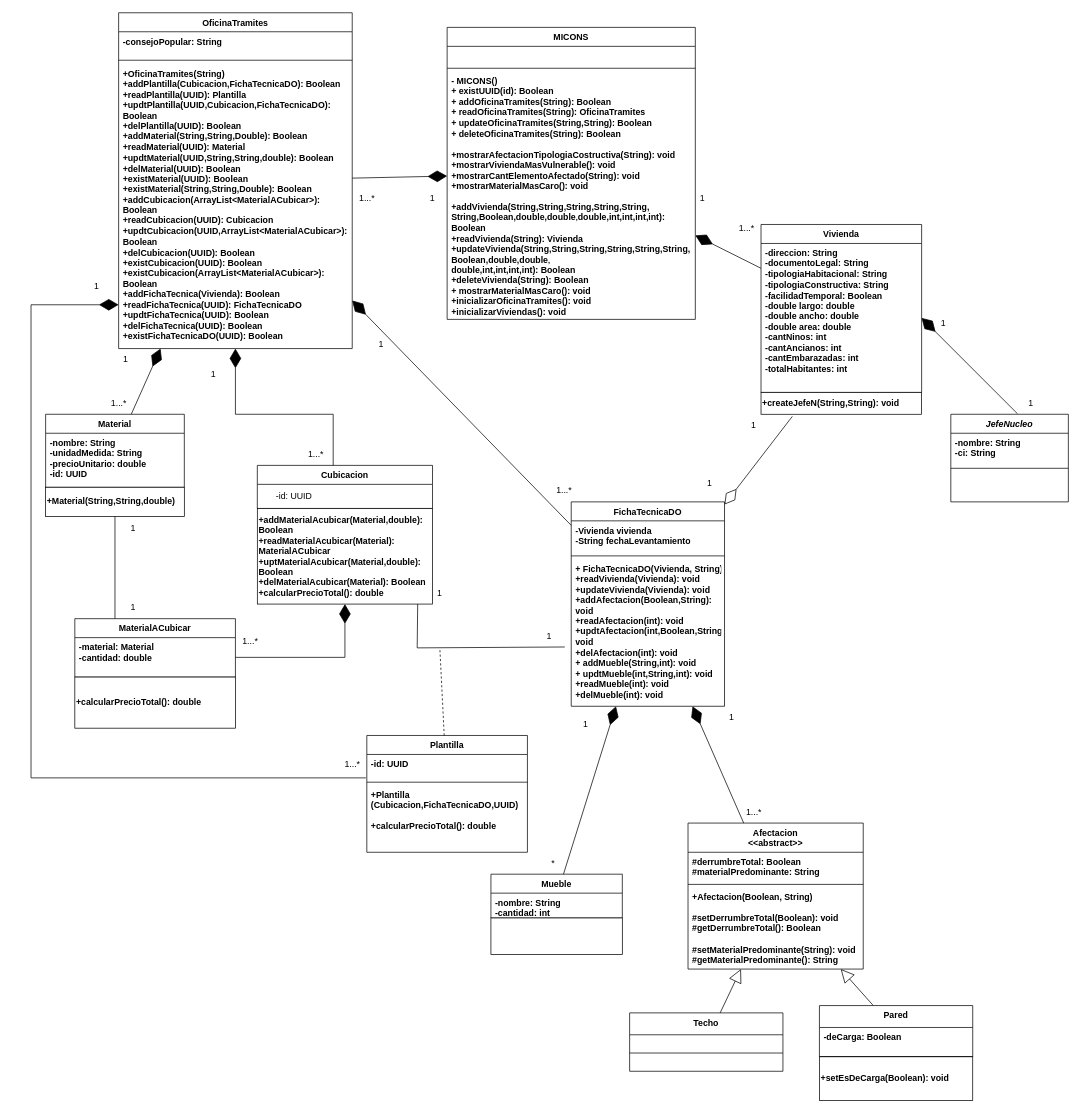
Above: MICONS.drawio in XsLuisY/Tarea-Final-DPOO (draw.io), before the change. Source tidied: cells renumbered, new cells numbered last; positions are measured from the earlier drawing's top-left corner, leaving out a move shared by most shapes. Both pictures are drawn from the tidied source at 73%, with x=0, y=0 at pixel (31, 12).
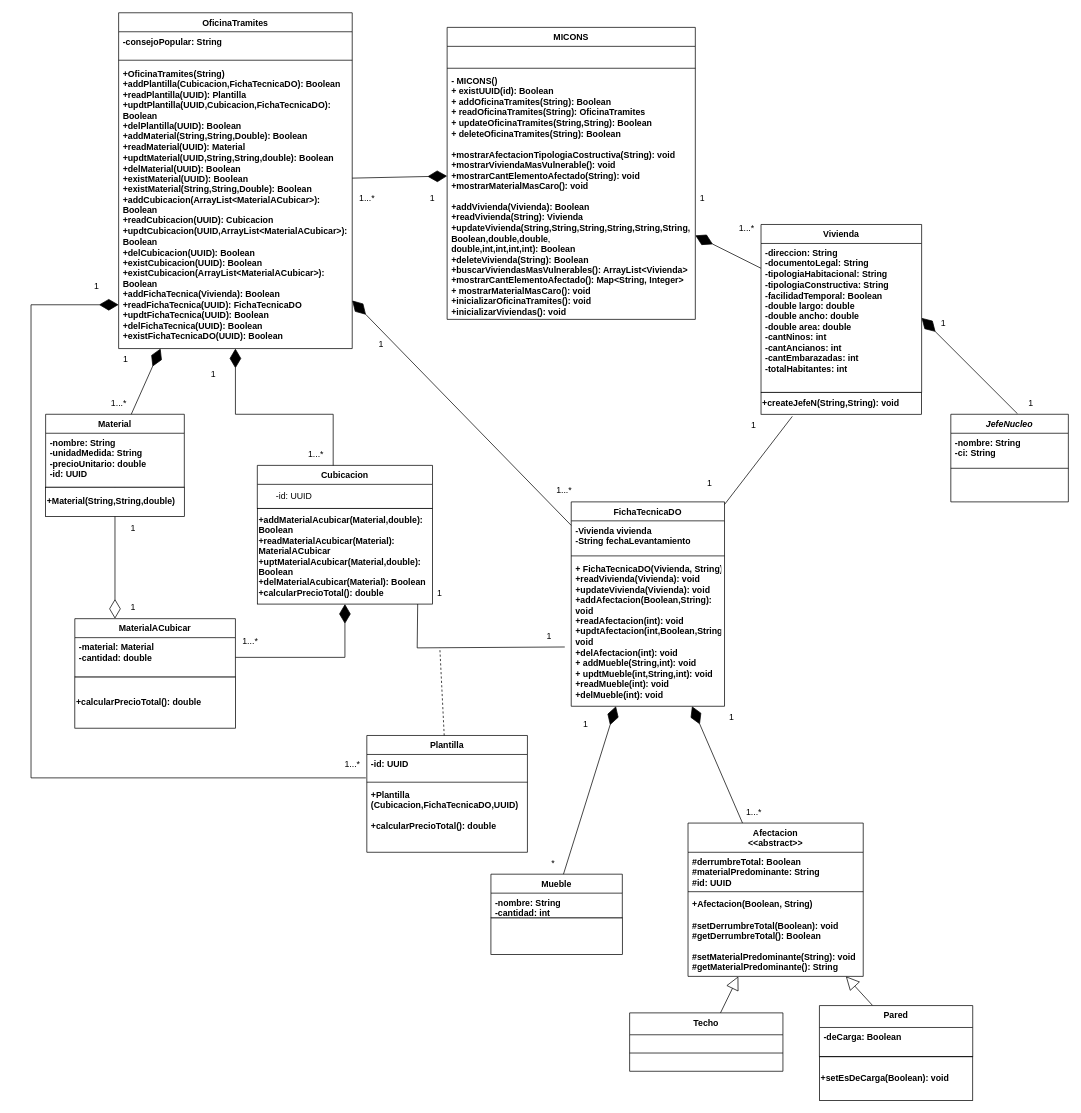
The same diagram, later.

Commit message (it also covers changes not shown here):
uml actualizado

The change refers to these unchanged cells:
```xml
<mxCell id="2" value="MICONS" style="swimlane;fontStyle=1;align=center;verticalAlign=top;horizontal=1;startSize=26;whiteSpace=wrap;html=1;" parent="1" vertex="1">
  <mxGeometry x="570" y="20" width="340" height="400" as="geometry" />
</mxCell>
<mxCell id="6" value="FichaTecnicaDO" style="swimlane;fontStyle=1;align=center;verticalAlign=top;horizontal=1;startSize=26;whiteSpace=wrap;html=1;" parent="1" vertex="1">
  <mxGeometry x="740" y="670" width="210" height="280" as="geometry" />
</mxCell>
<mxCell id="20" value="MaterialACubicar" style="swimlane;fontStyle=1;align=center;verticalAlign=top;horizontal=1;startSize=26;whiteSpace=wrap;html=1;" parent="1" vertex="1">
  <mxGeometry x="60" y="830" width="220" height="80" as="geometry" />
</mxCell>
<mxCell id="22" value="Material" style="swimlane;fontStyle=1;align=center;verticalAlign=top;horizontal=1;startSize=26;whiteSpace=wrap;html=1;" parent="1" vertex="1">
  <mxGeometry x="20" y="550" width="190" height="100" as="geometry" />
</mxCell>
<mxCell id="53" value="&lt;b&gt;+createJefeN(String,String): void&lt;/b&gt;" style="rounded=0;whiteSpace=wrap;html=1;align=left;" parent="1" vertex="1">
  <mxGeometry x="1000" y="520" width="220" height="30" as="geometry" />
</mxCell>
```

Change to the diagram source:
```diff
@@
-    <mxCell id="5" value="&lt;div&gt;&lt;b&gt;- MICONS()&lt;/b&gt;&lt;/div&gt;&lt;div&gt;&lt;b&gt;+ existUUID(id): Boolean&lt;/b&gt;&lt;/div&gt;&lt;div&gt;&lt;b&gt;+ addOficinaTramites(String): Boolean&lt;/b&gt;&lt;/div&gt;&lt;b&gt;+ readOficinaTramites(String): OficinaTramites&lt;/b&gt;&lt;div&gt;&lt;b&gt;+ updateOficinaTramites(String,String): Boolean&lt;/b&gt;&lt;b&gt;&lt;br&gt;&lt;/b&gt;&lt;div&gt;&lt;b&gt;+ deleteOficinaTramites(String): Boolean&lt;br&gt;&lt;/b&gt;&lt;div&gt;&lt;b&gt;&lt;br&gt;&lt;/b&gt;&lt;/div&gt;&lt;div&gt;&lt;b&gt;+mostrarAfectacionTipologiaCostructiva(String): void&lt;/b&gt;&lt;/div&gt;&lt;div&gt;&lt;b&gt;+mostrarViviendaMasVulnerable(): void&lt;/b&gt;&lt;/div&gt;&lt;div&gt;&lt;b&gt;+mostrarCantElementoAfectado(String): void&lt;/b&gt;&lt;/div&gt;&lt;div&gt;&lt;b&gt;+mostrarMaterialMasCaro(): void&lt;/b&gt;&lt;/div&gt;&lt;div&gt;&lt;b style=&quot;background-color: initial;&quot;&gt;&lt;br&gt;&lt;/b&gt;&lt;/div&gt;&lt;div&gt;&lt;b style=&quot;background-color: initial;&quot;&gt;+addVivienda(String,&lt;/b&gt;&lt;b style=&quot;background-color: initial;&quot;&gt;String,&lt;/b&gt;&lt;b style=&quot;background-color: initial;&quot;&gt;String,&lt;/b&gt;&lt;b style=&quot;background-color: initial;&quot;&gt;String,String&lt;/b&gt;&lt;b style=&quot;background-color: initial;&quot;&gt;,&lt;/b&gt;&lt;/div&gt;&lt;div&gt;&lt;b style=&quot;background-color: initial;&quot;&gt;String,&lt;/b&gt;&lt;b style=&quot;background-color: initial;&quot;&gt;Boolean,&lt;/b&gt;&lt;b style=&quot;background-color: initial;&quot;&gt;double,&lt;/b&gt;&lt;b style=&quot;background-color: initial;&quot;&gt;double&lt;span style=&quot;font-size: 10px;&quot;&gt;,&lt;/span&gt;&lt;/b&gt;&lt;b style=&quot;background-color: initial;&quot;&gt;double,int,&lt;/b&gt;&lt;b style=&quot;background-color: initial;&quot;&gt;int,&lt;/b&gt;&lt;b style=&quot;background-color: initial;&quot;&gt;int,&lt;/b&gt;&lt;b style=&quot;background-color: initial;&quot;&gt;int&lt;/b&gt;&lt;b style=&quot;background-color: initial;&quot;&gt;): Boolean&lt;/b&gt;&lt;/div&gt;&lt;div&gt;&lt;div&gt;&lt;b&gt;+readVivienda(String): Vivienda&lt;/b&gt;&lt;/div&gt;&lt;div&gt;&lt;b&gt;+updateVivienda(String,String,String,&lt;/b&gt;&lt;b style=&quot;background-color: initial;&quot;&gt;String,&lt;/b&gt;&lt;b style=&quot;background-color: initial;&quot;&gt;String,&lt;/b&gt;&lt;b style=&quot;background-color: initial;&quot;&gt;String&lt;/b&gt;&lt;b style=&quot;background-color: initial;&quot;&gt;,&lt;/b&gt;&lt;/div&gt;&lt;div&gt;&lt;b style=&quot;background-color: initial;&quot;&gt;Boolean,&lt;/b&gt;&lt;b style=&quot;background-color: initial;&quot;&gt;double,&lt;/b&gt;&lt;b style=&quot;background-color: initial;&quot;&gt;double&lt;span style=&quot;font-size: 10px;&quot;&gt;,&lt;/span&gt;&lt;/b&gt;&lt;/div&gt;&lt;div&gt;&lt;b style=&quot;background-color: initial;&quot;&gt;double,int,&lt;/b&gt;&lt;b style=&quot;background-color: initial;&quot;&gt;int,&lt;/b&gt;&lt;b style=&quot;background-color: initial;&quot;&gt;int,&lt;/b&gt;&lt;b style=&quot;background-color: initial;&quot;&gt;int&lt;/b&gt;&lt;b style=&quot;background-color: initial;&quot;&gt;): Boolean&lt;/b&gt;&lt;/div&gt;&lt;div&gt;&lt;b&gt;+deleteVivienda(String): Boolean&lt;/b&gt;&lt;/div&gt;&lt;/div&gt;&lt;/div&gt;&lt;/div&gt;&lt;div&gt;&lt;b&gt;+ mostrarMaterialMasCaro(): void&lt;/b&gt;&lt;/div&gt;&lt;div&gt;&lt;b&gt;+inicializarOficinaTramites(): void&lt;/b&gt;&lt;/div&gt;&lt;div&gt;&lt;b&gt;+inicializarViviendas(): void&lt;/b&gt;&lt;/div&gt;" style="text;strokeColor=none;fillColor=none;align=left;verticalAlign=top;spacingLeft=4;spacingRight=4;overflow=hidden;whiteSpace=wrap;html=1;" parent="2" vertex="1">
+    <mxCell id="5" value="&lt;div&gt;&lt;b&gt;- MICONS()&lt;/b&gt;&lt;/div&gt;&lt;div&gt;&lt;b&gt;+ existUUID(id): Boolean&lt;/b&gt;&lt;/div&gt;&lt;div&gt;&lt;b&gt;+ addOficinaTramites(String): Boolean&lt;/b&gt;&lt;/div&gt;&lt;b&gt;+ readOficinaTramites(String): OficinaTramites&lt;/b&gt;&lt;div&gt;&lt;b&gt;+ updateOficinaTramites(String,String): Boolean&lt;/b&gt;&lt;b&gt;&lt;br&gt;&lt;/b&gt;&lt;div&gt;&lt;b&gt;+ deleteOficinaTramites(String): Boolean&lt;br&gt;&lt;/b&gt;&lt;div&gt;&lt;b&gt;&lt;br&gt;&lt;/b&gt;&lt;/div&gt;&lt;div&gt;&lt;b&gt;+mostrarAfectacionTipologiaCostructiva(String): void&lt;/b&gt;&lt;/div&gt;&lt;div&gt;&lt;b&gt;+mostrarViviendaMasVulnerable(): void&lt;/b&gt;&lt;/div&gt;&lt;div&gt;&lt;b&gt;+mostrarCantElementoAfectado(String): void&lt;/b&gt;&lt;/div&gt;&lt;div&gt;&lt;b&gt;+mostrarMaterialMasCaro(): void&lt;/b&gt;&lt;/div&gt;&lt;div&gt;&lt;b style=&quot;background-color: initial;&quot;&gt;&lt;br&gt;&lt;/b&gt;&lt;/div&gt;&lt;div&gt;&lt;b style=&quot;background-color: initial;&quot;&gt;+addVivienda(Vivienda&lt;/b&gt;&lt;b style=&quot;background-color: initial;&quot;&gt;): Boolean&lt;/b&gt;&lt;/div&gt;&lt;div&gt;&lt;div&gt;&lt;b&gt;+readVivienda(String): Vivienda&lt;/b&gt;&lt;/div&gt;&lt;div&gt;&lt;b&gt;+updateVivienda(String,String,String,&lt;/b&gt;&lt;b style=&quot;background-color: initial;&quot;&gt;String,&lt;/b&gt;&lt;b style=&quot;background-color: initial;&quot;&gt;String,&lt;/b&gt;&lt;b style=&quot;background-color: initial;&quot;&gt;String&lt;/b&gt;&lt;b style=&quot;background-color: initial;&quot;&gt;,&lt;/b&gt;&lt;/div&gt;&lt;div&gt;&lt;b style=&quot;background-color: initial;&quot;&gt;Boolean,&lt;/b&gt;&lt;b style=&quot;background-color: initial;&quot;&gt;double,&lt;/b&gt;&lt;b style=&quot;background-color: initial;&quot;&gt;double&lt;span style=&quot;font-size: 10px;&quot;&gt;,&lt;/span&gt;&lt;/b&gt;&lt;/div&gt;&lt;div&gt;&lt;b style=&quot;background-color: initial;&quot;&gt;double,int,&lt;/b&gt;&lt;b style=&quot;background-color: initial;&quot;&gt;int,&lt;/b&gt;&lt;b style=&quot;background-color: initial;&quot;&gt;int,&lt;/b&gt;&lt;b style=&quot;background-color: initial;&quot;&gt;int&lt;/b&gt;&lt;b style=&quot;background-color: initial;&quot;&gt;): Boolean&lt;/b&gt;&lt;/div&gt;&lt;div&gt;&lt;b&gt;+deleteVivienda(String): Boolean&lt;/b&gt;&lt;/div&gt;&lt;/div&gt;&lt;/div&gt;&lt;/div&gt;&lt;div&gt;&lt;b&gt;+buscarViviendasMasVulnerables(): ArrayList&amp;lt;Vivienda&amp;gt;&lt;/b&gt;&lt;/div&gt;&lt;div&gt;&lt;b&gt;+mostrarCantElementoAfectado(): Map&amp;lt;String, Integer&amp;gt;&lt;/b&gt;&lt;/div&gt;&lt;div&gt;&lt;b&gt;+ mostrarMaterialMasCaro(): void&lt;/b&gt;&lt;/div&gt;&lt;div&gt;&lt;b&gt;+inicializarOficinaTramites(): void&lt;/b&gt;&lt;/div&gt;&lt;div&gt;&lt;b&gt;+inicializarViviendas(): void&lt;/b&gt;&lt;/div&gt;" style="text;strokeColor=none;fillColor=none;align=left;verticalAlign=top;spacingLeft=4;spacingRight=4;overflow=hidden;whiteSpace=wrap;html=1;" parent="2" vertex="1">
       <mxGeometry y="60" width="340" height="340" as="geometry" />
     </mxCell>
@@
     <mxCell id="16" value="Afectacion&lt;div&gt;&amp;lt;&amp;lt;abstract&amp;gt;&amp;gt;&lt;/div&gt;" style="swimlane;fontStyle=1;align=center;verticalAlign=top;horizontal=1;startSize=40;whiteSpace=wrap;html=1;" parent="1" vertex="1">
-      <mxGeometry x="900" y="1110" width="240" height="200" as="geometry" />
+      <mxGeometry x="900" y="1110" width="240" height="210" as="geometry" />
     </mxCell>
-    <mxCell id="17" value="#derrumbreTotal: Boolean&lt;div&gt;#materialPredominante:&amp;nbsp;&lt;span style=&quot;background-color: initial;&quot;&gt;String&lt;/span&gt;&lt;/div&gt;&lt;div&gt;&lt;br&gt;&lt;/div&gt;" style="text;strokeColor=none;fillColor=none;align=left;verticalAlign=top;spacingLeft=4;spacingRight=4;overflow=hidden;whiteSpace=wrap;html=1;fontStyle=1;" parent="16" vertex="1">
-      <mxGeometry y="40" width="240" height="40" as="geometry" />
+    <mxCell id="17" value="#derrumbreTotal: Boolean&lt;div&gt;#materialPredominante:&amp;nbsp;&lt;span style=&quot;background-color: initial;&quot;&gt;String&lt;/span&gt;&lt;/div&gt;&lt;div&gt;#id: UUID&lt;/div&gt;" style="text;strokeColor=none;fillColor=none;align=left;verticalAlign=top;spacingLeft=4;spacingRight=4;overflow=hidden;whiteSpace=wrap;html=1;fontStyle=1;" parent="16" vertex="1">
+      <mxGeometry y="40" width="240" height="50" as="geometry" />
     </mxCell>
     <mxCell id="18" style="line;strokeWidth=1;fillColor=none;align=left;verticalAlign=middle;spacingTop=-1;spacingLeft=3;spacingRight=3;labelPosition=right;strokeColor=inherit;" parent="16" vertex="1">
-      <mxGeometry y="80" width="240" height="8" as="geometry" />
+      <mxGeometry y="90" width="240" height="8" as="geometry" />
     </mxCell>
     <mxCell id="19" value="&lt;div&gt;&lt;b&gt;+Afectacion(Boolean, String)&lt;/b&gt;&lt;/div&gt;&lt;div&gt;&lt;b&gt;&lt;br&gt;&lt;/b&gt;&lt;/div&gt;&lt;div&gt;&lt;div&gt;&lt;b&gt;#setDerrumbreTotal(Boolean): void&lt;/b&gt;&lt;/div&gt;&lt;div&gt;&lt;b&gt;#getDerrumbreTotal(): Boolean&lt;/b&gt;&lt;/div&gt;&lt;div&gt;&lt;b&gt;&lt;br&gt;&lt;/b&gt;&lt;/div&gt;&lt;b&gt;#setMaterialPredominante(String): void&lt;/b&gt;&lt;div&gt;&lt;b&gt;#getMaterialPredominante(): String&lt;br&gt;&lt;/b&gt;&lt;div&gt;&lt;br&gt;&lt;/div&gt;&lt;/div&gt;&lt;/div&gt;" style="text;strokeColor=none;fillColor=none;align=left;verticalAlign=top;spacingLeft=4;spacingRight=4;overflow=hidden;whiteSpace=wrap;html=1;" parent="16" vertex="1">
-      <mxGeometry y="88" width="240" height="112" as="geometry" />
+      <mxGeometry y="98" width="240" height="112" as="geometry" />
     </mxCell>
@@
-    <mxCell id="31" style="endArrow=diamondThin;endFill=0;endSize=24;html=1;rounded=0;exitX=0.195;exitY=1.095;exitDx=0;exitDy=0;exitPerimeter=0;" parent="1" edge="1" source="53" target="6">
+    <mxCell id="31" style="endArrow=none;endFill=0;endSize=24;html=1;rounded=0;exitX=0.195;exitY=1.095;exitDx=0;exitDy=0;exitPerimeter=0;" parent="1" edge="1" source="53" target="6">
       <mxGeometry relative="1" as="geometry" />
     </mxCell>
@@
-    <mxCell id="38" style="endArrow=none;html=1;edgeStyle=orthogonalEdgeStyle;rounded=0;" parent="1" edge="1" source="22" target="20">
+    <mxCell id="38" style="endArrow=diamondThin;html=1;edgeStyle=orthogonalEdgeStyle;rounded=0;startArrow=none;startFill=0;endFill=0;endSize=24;" parent="1" edge="1" source="22" target="20">
       <mxGeometry relative="1" as="geometry">
         <Array as="points">
           <mxPoint x="200" y="610" />
           <mxPoint x="200" y="610" />
         </Array>
       </mxGeometry>
     </mxCell>
```
